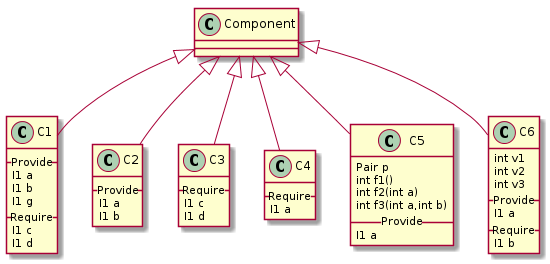
ArthurMargerit/Compo keeps this PlantUML diagram as doc/Components.png. Above is the earlier version.
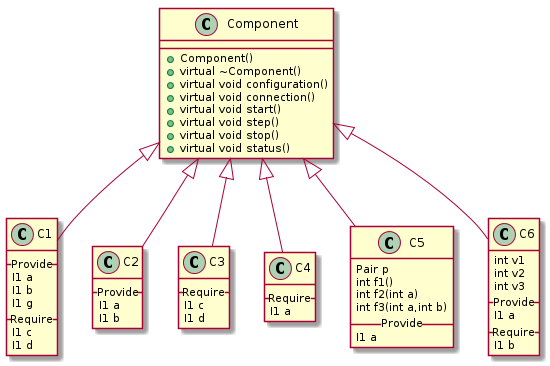
After the commit.

Change to the diagram source:
```diff
@@ -1,4 +1,15 @@
 @startuml
+
+class Component {
+  + Component()
+  + virtual ~Component()
+  + virtual void configuration()
+  + virtual void connection()
+  + virtual void start()
+  + virtual void step()
+  + virtual void stop()
+  + virtual void status()
+}
 
 
 Class C1 {
@@ -15,7 +26,6 @@
 Component <|-- C1
 
 
-
 Class C2 {
 __ Provide __
 I1 a
@@ -24,7 +34,6 @@
 
 
 Component <|-- C2
-
 
 
 Class C3 {
@@ -37,7 +46,6 @@
 Component <|-- C3
 
 
-
 Class C4 {
 __ Require __
 I1 a
@@ -45,7 +53,6 @@
 
 
 Component <|-- C4
-
 
 
 Class C5 {
@@ -59,7 +66,6 @@
 
 
 Component <|-- C5
-
 
 
 Class C6 {
```
